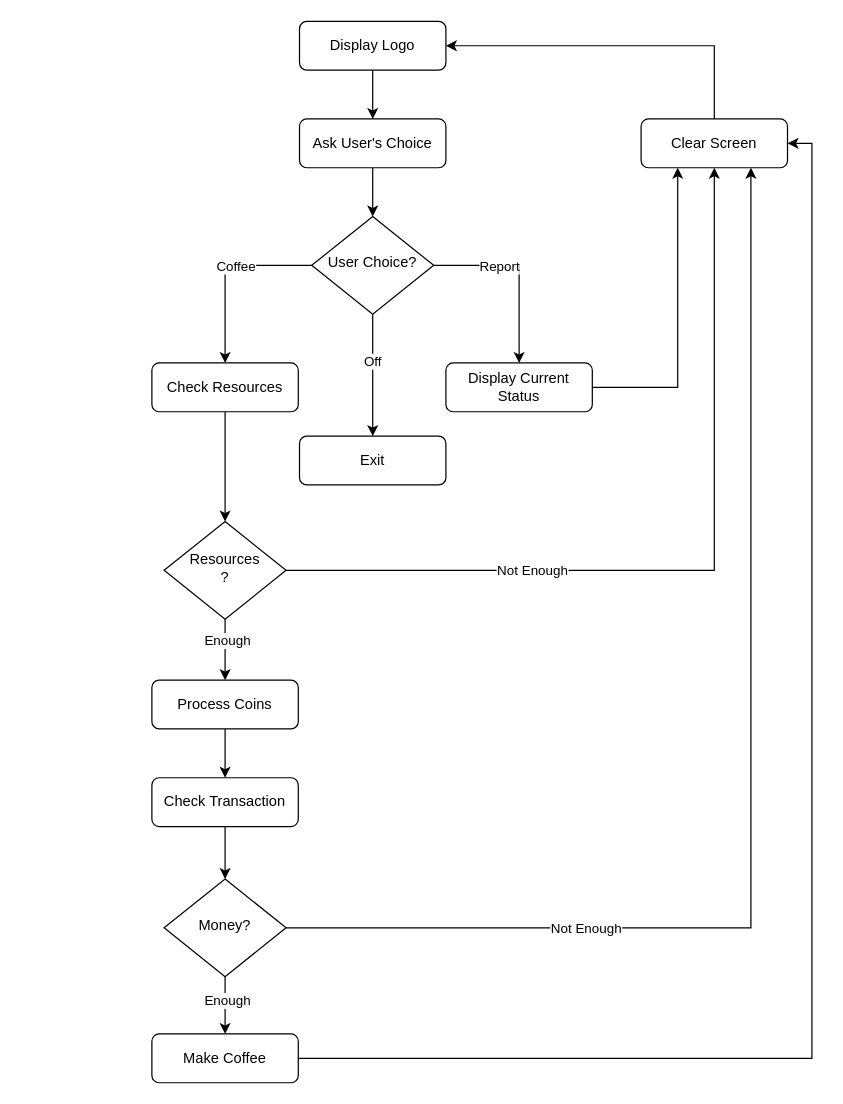
This is day_15_coffee_machine/project_files/flowchart_coffee_machine.drawio from ErkanHatipoglu/100-days-of-code, a draw.io file, before an edit. Source tidied: cells renumbered, new cells numbered last; positions are measured from the earlier drawing's top-left corner, leaving out a move shared by most shapes. Both pictures are drawn from the tidied source at 122%, with x=0, y=0 at pixel (151, 21).
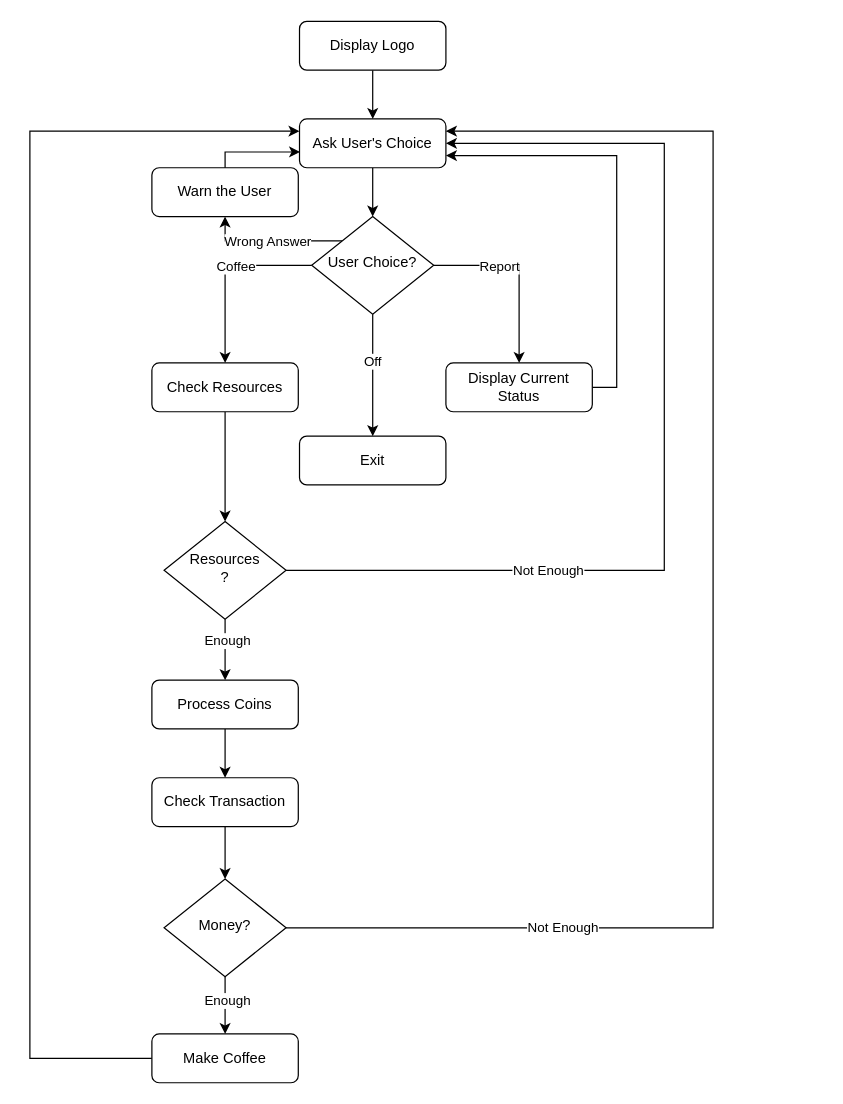
Above is the later version.

Commit message:
Fix flowchart day_15

The change refers to these unchanged cells:
```xml
<mxCell id="3" value="Display Logo" style="rounded=1;whiteSpace=wrap;html=1;fontSize=12;glass=0;strokeWidth=1;shadow=0;" parent="1" vertex="1">
  <mxGeometry x="121" width="120" height="40" as="geometry" />
</mxCell>
<mxCell id="5" value="Ask User's Choice" style="rounded=1;whiteSpace=wrap;html=1;fontSize=12;glass=0;strokeWidth=1;shadow=0;" parent="1" vertex="1">
  <mxGeometry x="121" y="80" width="120" height="40" as="geometry" />
</mxCell>
<mxCell id="12" value="User Choice?" style="rhombus;whiteSpace=wrap;html=1;shadow=0;fontFamily=Helvetica;fontSize=12;align=center;strokeWidth=1;spacing=6;spacingTop=-4;" parent="1" vertex="1">
  <mxGeometry x="131" y="160" width="100" height="80" as="geometry" />
</mxCell>
<mxCell id="16" value="Display Current Status" style="rounded=1;whiteSpace=wrap;html=1;fontSize=12;glass=0;strokeWidth=1;shadow=0;" parent="1" vertex="1">
  <mxGeometry x="241" y="280" width="120" height="40" as="geometry" />
</mxCell>
<mxCell id="24" value="Resources&lt;br&gt;?" style="rhombus;whiteSpace=wrap;html=1;shadow=0;fontFamily=Helvetica;fontSize=12;align=center;strokeWidth=1;spacing=6;spacingTop=-4;" parent="1" vertex="1">
  <mxGeometry x="10" y="410" width="100" height="80" as="geometry" />
</mxCell>
<mxCell id="33" value="Money?" style="rhombus;whiteSpace=wrap;html=1;shadow=0;fontFamily=Helvetica;fontSize=12;align=center;strokeWidth=1;spacing=6;spacingTop=-4;" parent="1" vertex="1">
  <mxGeometry x="10" y="703" width="100" height="80" as="geometry" />
</mxCell>
<mxCell id="35" value="Make Coffee" style="rounded=1;whiteSpace=wrap;html=1;fontSize=12;glass=0;strokeWidth=1;shadow=0;" parent="1" vertex="1">
  <mxGeometry y="830" width="120" height="40" as="geometry" />
</mxCell>
```

The edit, as a diff of the source:
```diff
@@
+    <mxCell id="36" style="edgeStyle=orthogonalEdgeStyle;rounded=0;jettySize=auto;html=1;exitX=0;exitY=0;exitDx=0;exitDy=0;entryX=0.5;entryY=1;entryDx=0;entryDy=0;" parent="1" edge="1" source="12" target="44">
+      <mxGeometry relative="1" as="geometry" />
+    </mxCell>
+    <mxCell id="37" value="Wrong Answer" style="edgeLabel;html=1;align=center;verticalAlign=middle;" parent="36" vertex="1">
+      <mxGeometry x="0.07" relative="1" as="geometry" />
+    </mxCell>
@@
-    <mxCell id="15" style="edgeStyle=orthogonalEdgeStyle;rounded=0;jettySize=auto;html=1;exitX=1;exitY=0.5;exitDx=0;exitDy=0;entryX=0.25;entryY=1;entryDx=0;entryDy=0;" parent="1" edge="1" source="16" target="19">
-      <mxGeometry relative="1" as="geometry" />
-    </mxCell>
+    <mxCell id="38" style="edgeStyle=orthogonalEdgeStyle;rounded=0;jettySize=auto;html=1;exitX=1;exitY=0.5;exitDx=0;exitDy=0;entryX=1;entryY=0.75;entryDx=0;entryDy=0;" parent="1" edge="1" source="16" target="5">
+      <mxGeometry relative="1" as="geometry" />
+    </mxCell>
@@
-    <mxCell id="18" style="edgeStyle=orthogonalEdgeStyle;rounded=0;jettySize=auto;html=1;exitX=0.5;exitY=0;exitDx=0;exitDy=0;entryX=1;entryY=0.5;entryDx=0;entryDy=0;" parent="1" edge="1" source="19" target="3">
-      <mxGeometry relative="1" as="geometry" />
-    </mxCell>
-    <mxCell id="19" value="Clear Screen" style="rounded=1;whiteSpace=wrap;html=1;fontSize=12;glass=0;strokeWidth=1;shadow=0;" parent="1" vertex="1">
-      <mxGeometry x="401" y="80" width="120" height="40" as="geometry" />
-    </mxCell>
@@
-    <mxCell id="22" style="edgeStyle=orthogonalEdgeStyle;rounded=0;jettySize=auto;html=1;exitX=1;exitY=0.5;exitDx=0;exitDy=0;entryX=0.5;entryY=1;entryDx=0;entryDy=0;" parent="1" edge="1" source="24" target="19">
-      <mxGeometry relative="1" as="geometry" />
-    </mxCell>
-    <mxCell id="23" value="Not Enough" style="edgeLabel;html=1;align=center;verticalAlign=middle;" parent="22" vertex="1">
-      <mxGeometry x="-0.41" y="1" relative="1" as="geometry" />
-    </mxCell>
+    <mxCell id="39" style="edgeStyle=orthogonalEdgeStyle;rounded=0;jettySize=auto;html=1;exitX=1;exitY=0.5;exitDx=0;exitDy=0;entryX=1;entryY=0.5;entryDx=0;entryDy=0;" parent="1" edge="1" source="24" target="5">
+      <mxGeometry relative="1" as="geometry">
+        <Array as="points">
+          <mxPoint x="420" y="450" />
+          <mxPoint x="420" y="100" />
+        </Array>
+      </mxGeometry>
+    </mxCell>
+    <mxCell id="40" value="Not Enough" style="edgeLabel;html=1;align=center;verticalAlign=middle;" parent="39" vertex="1">
+      <mxGeometry x="-0.49" y="1" relative="1" as="geometry" />
+    </mxCell>
@@
-    <mxCell id="31" style="edgeStyle=orthogonalEdgeStyle;rounded=0;jettySize=auto;html=1;exitX=1;exitY=0.5;exitDx=0;exitDy=0;entryX=0.75;entryY=1;entryDx=0;entryDy=0;" parent="1" edge="1" source="33" target="19">
-      <mxGeometry relative="1" as="geometry" />
-    </mxCell>
-    <mxCell id="32" value="Not Enough" style="edgeLabel;html=1;align=center;verticalAlign=middle;" parent="31" vertex="1">
-      <mxGeometry x="-0.51" relative="1" as="geometry">
-        <mxPoint x="-1" as="offset" />
-      </mxGeometry>
-    </mxCell>
+    <mxCell id="41" style="edgeStyle=orthogonalEdgeStyle;rounded=0;jettySize=auto;html=1;exitX=1;exitY=0.5;exitDx=0;exitDy=0;entryX=1;entryY=0.25;entryDx=0;entryDy=0;" parent="1" edge="1" source="33" target="5">
+      <mxGeometry relative="1" as="geometry">
+        <Array as="points">
+          <mxPoint x="460" y="743" />
+          <mxPoint x="460" y="90" />
+        </Array>
+      </mxGeometry>
+    </mxCell>
+    <mxCell id="42" value="Not Enough" style="edgeLabel;html=1;align=center;verticalAlign=middle;" parent="41" vertex="1">
+      <mxGeometry x="-0.63" y="1" relative="1" as="geometry" />
+    </mxCell>
@@
-    <mxCell id="34" style="edgeStyle=orthogonalEdgeStyle;rounded=0;jettySize=auto;html=1;exitX=1;exitY=0.5;exitDx=0;exitDy=0;entryX=1;entryY=0.5;entryDx=0;entryDy=0;" parent="1" edge="1" source="35" target="19">
-      <mxGeometry relative="1" as="geometry" />
-    </mxCell>
+    <mxCell id="43" style="edgeStyle=orthogonalEdgeStyle;rounded=0;jettySize=auto;html=1;exitX=0;exitY=0.5;exitDx=0;exitDy=0;entryX=0;entryY=0.25;entryDx=0;entryDy=0;" parent="1" edge="1" source="35" target="5">
+      <mxGeometry relative="1" as="geometry">
+        <Array as="points">
+          <mxPoint x="-100" y="850" />
+          <mxPoint x="-100" y="90" />
+        </Array>
+      </mxGeometry>
+    </mxCell>
@@
+    <mxCell id="44" value="Warn the User" style="rounded=1;whiteSpace=wrap;html=1;fontSize=12;glass=0;strokeWidth=1;shadow=0;" parent="1" vertex="1">
+      <mxGeometry y="120" width="120" height="40" as="geometry" />
+    </mxCell>
+    <mxCell id="45" style="edgeStyle=orthogonalEdgeStyle;rounded=0;jettySize=auto;html=1;exitX=0.5;exitY=0;exitDx=0;exitDy=0;entryX=0.004;entryY=0.677;entryDx=0;entryDy=0;entryPerimeter=0;" parent="1" edge="1" source="44" target="5">
+      <mxGeometry relative="1" as="geometry">
+        <Array as="points">
+          <mxPoint x="60" y="107" />
+        </Array>
+      </mxGeometry>
+    </mxCell>
```
